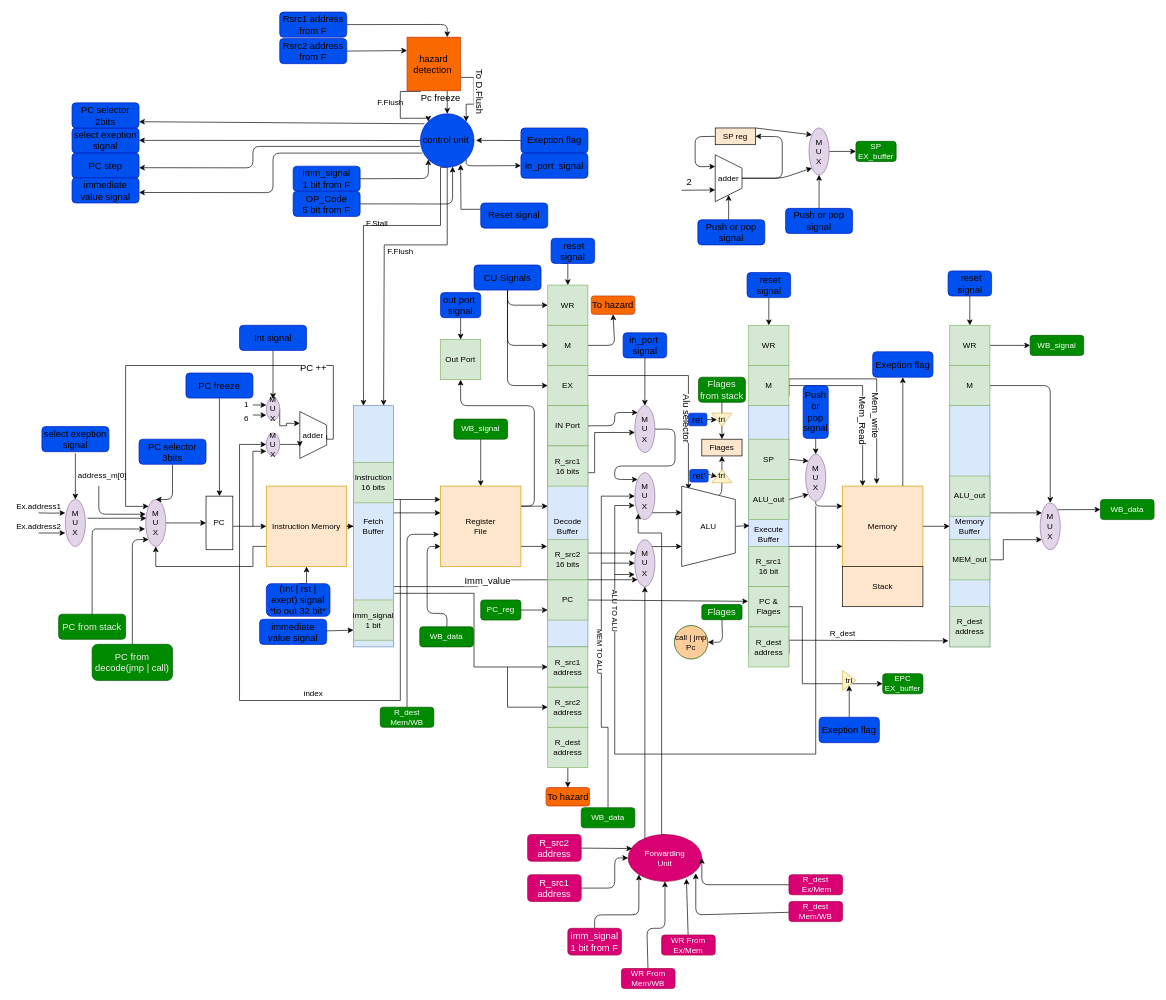
Earlier version of the draw.io diagram labeled_Schema.drawio (menna15/RISCPiP). Source tidied: cells renumbered, new cells numbered last; positions are measured from the earlier drawing's top-left corner, leaving out a move shared by most shapes. Both pictures are drawn from the tidied source at 67%, with x=0, y=0 at pixel (11, 11).
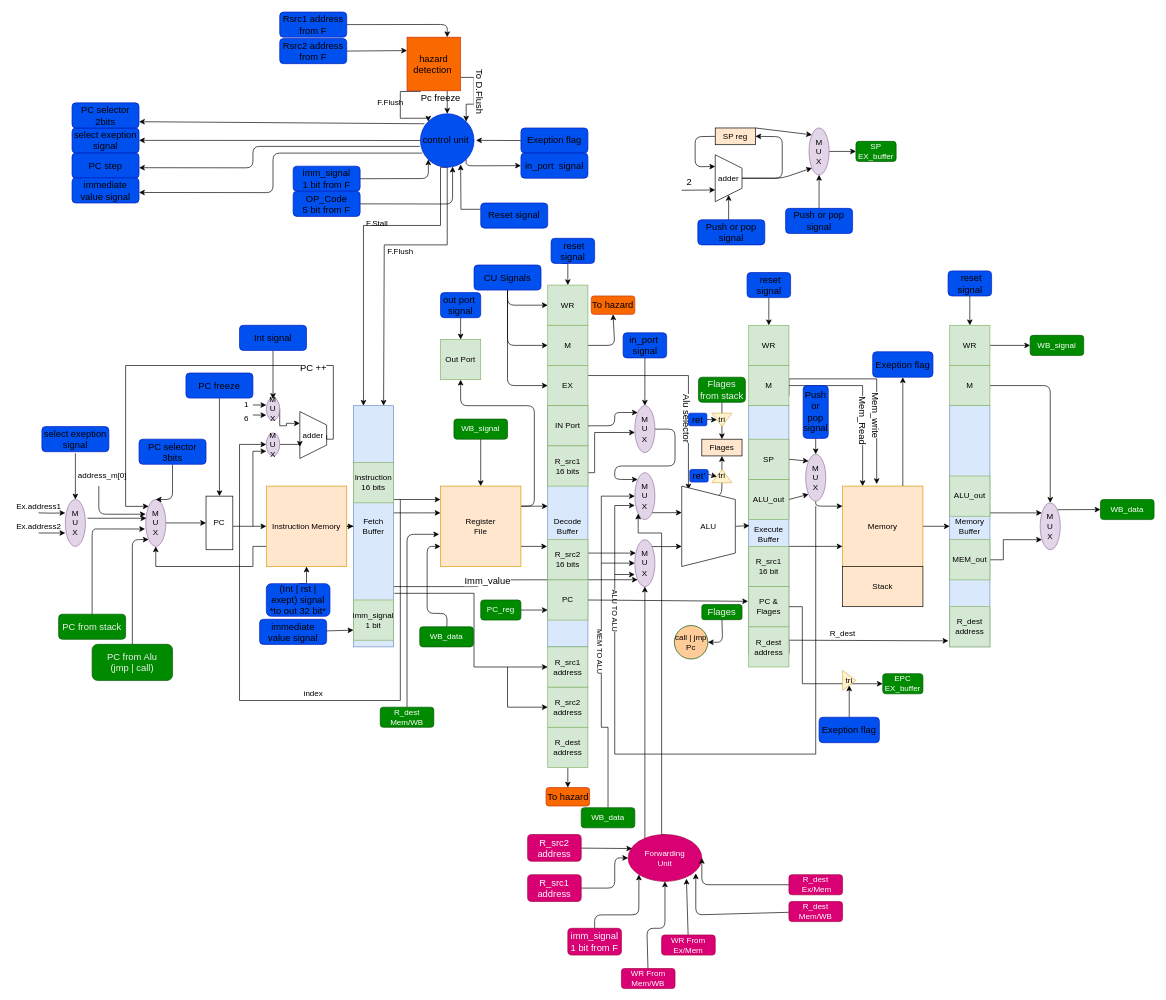
After the change.

Commit message:
decode to alu (branching)

Diff of the diagram source:
```diff
@@
-    <mxCell id="172" value="&lt;span style=&quot;color: rgb(240 , 240 , 240) ; font-size: 14px&quot;&gt;PC from decode(jmp | call)&lt;/span&gt;" style="rounded=1;whiteSpace=wrap;html=1;fillColor=#008a00;strokeColor=#005700;fontColor=#ffffff;" parent="1" vertex="1">
+    <mxCell id="172" value="&lt;span style=&quot;color: rgb(240 , 240 , 240) ; font-size: 14px&quot;&gt;PC from Alu&lt;br&gt;(jmp | call)&lt;/span&gt;" style="rounded=1;whiteSpace=wrap;html=1;fillColor=#008a00;strokeColor=#005700;fontColor=#ffffff;" parent="1" vertex="1">
       <mxGeometry x="120" y="944.2" width="120" height="53.8" as="geometry" />
     </mxCell>
```
